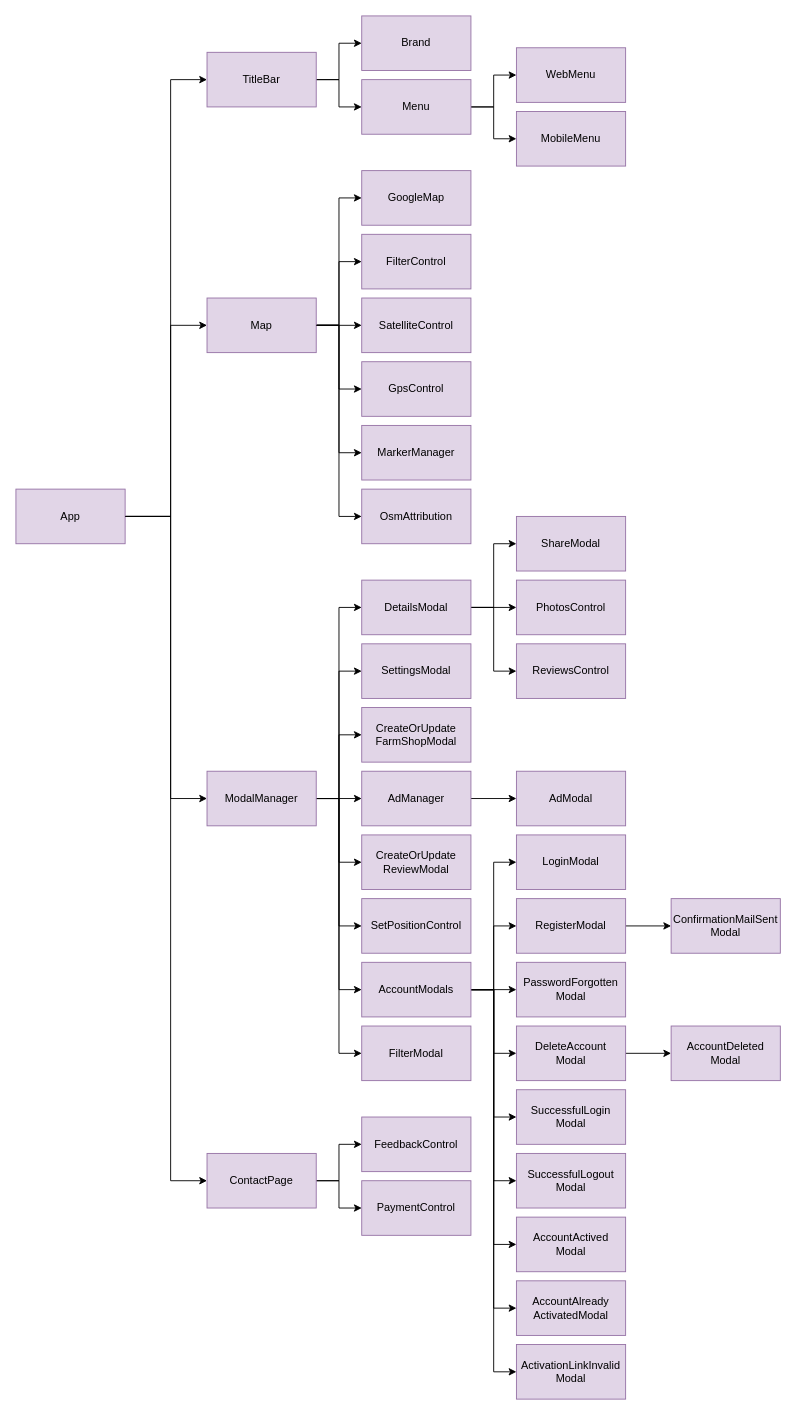
gartenkralle/geolocation-services-doc keeps this draw.io diagram as page "front-end" (6 of 6) of _images/architecture.drawio. Above is the earlier version. Source tidied: cells renumbered, new cells numbered last; positions are measured from the earlier drawing's top-left corner, leaving out a move shared by most shapes. Both pictures are drawn from the tidied source at 91%, with x=0, y=0 at pixel (15, 15).
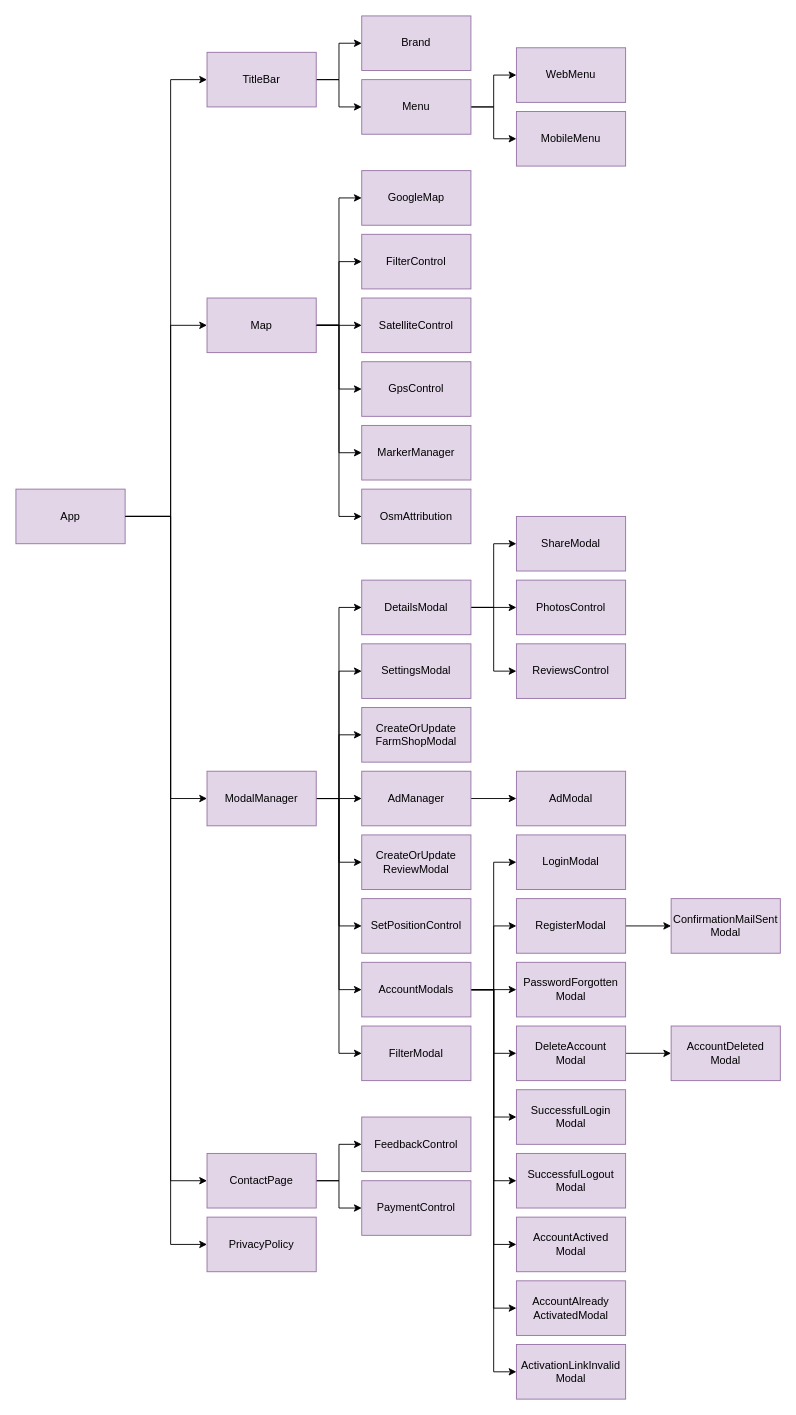
After the change.

Commit message (it also covers changes not shown here):
update front end diagram

The change refers to these unchanged cells:
```xml
<mxCell id="5" value="App" style="rounded=0;whiteSpace=wrap;html=1;fillColor=#e1d5e7;strokeColor=#9673a6;" parent="1" vertex="1">
  <mxGeometry y="520" width="120" height="60" as="geometry" />
</mxCell>
```

The edit, as a diff of the source:
```diff
@@
+    <mxCell id="81" style="edgeStyle=orthogonalEdgeStyle;rounded=0;jettySize=auto;html=1;entryX=0;entryY=0.5;entryDx=0;entryDy=0;" parent="1" edge="1" source="5" target="82">
+      <mxGeometry relative="1" as="geometry">
+        <Array as="points">
+          <mxPoint x="170" y="550" />
+          <mxPoint x="170" y="1350" />
+        </Array>
+      </mxGeometry>
+    </mxCell>
@@
+    <mxCell id="82" value="PrivacyPolicy" style="rounded=0;whiteSpace=wrap;html=1;fillColor=#e1d5e7;strokeColor=#9673a6;" parent="1" vertex="1">
+      <mxGeometry x="210" y="1320" width="120" height="60" as="geometry" />
+    </mxCell>
```
